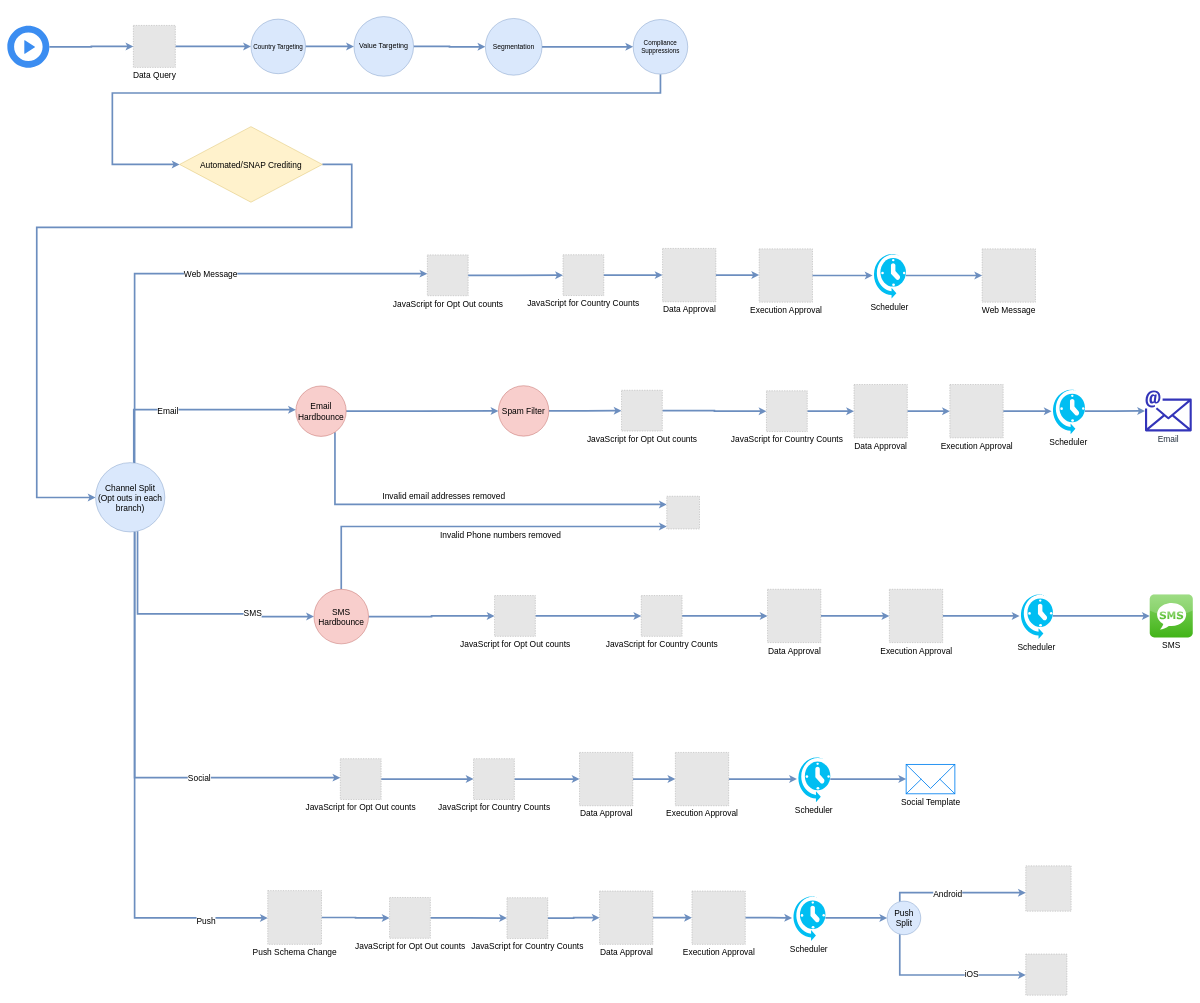
Earlier version of the draw.io diagram Multichannel Flow.drawio (kajcryp/Blog-Flowcharts). Source tidied: cells renumbered, new cells numbered last; positions are measured from the earlier drawing's top-left corner, leaving out a move shared by most shapes. Both pictures are drawn from the tidied source at 42%, with x=0, y=0 at pixel (7, 16). Pictures stored in the file or linked from it are replaced by grey dashed boxes.
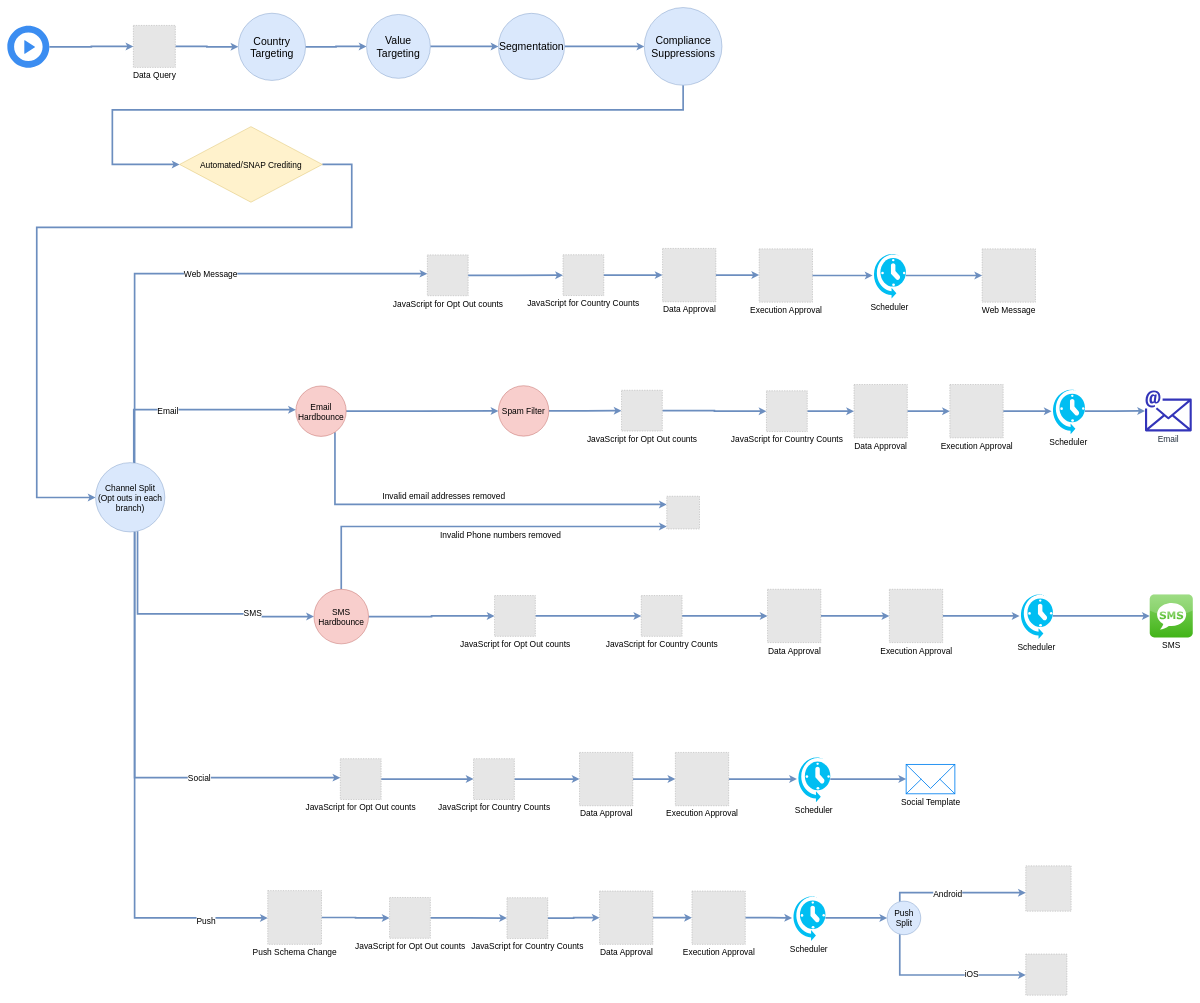
Above is the later version.

The change refers to these unchanged cells:
```xml
<mxCell id="15" value="&lt;font style=&quot;font-size: 20px&quot;&gt;Automated/SNAP Crediting&lt;/font&gt;" style="rhombus;whiteSpace=wrap;html=1;fillColor=#fff2cc;strokeColor=#d6b656;" parent="1" vertex="1">
  <mxGeometry x="410" y="262" width="340" height="180" as="geometry" />
</mxCell>
```

Diff of the diagram source:
```diff
@@
-    <mxCell id="5" value="&lt;font style=&quot;font-size: 15px&quot;&gt;Country Targeting&lt;/font&gt;" style="ellipse;whiteSpace=wrap;html=1;fillColor=#dae8fc;strokeColor=#6c8ebf;" parent="1" vertex="1">
-      <mxGeometry x="580" y="6" width="130" height="130" as="geometry" />
+    <mxCell id="5" value="&lt;font style=&quot;font-size: 25px&quot;&gt;Country Targeting&lt;/font&gt;" style="ellipse;whiteSpace=wrap;html=1;fillColor=#dae8fc;strokeColor=#6c8ebf;" parent="1" vertex="1">
+      <mxGeometry x="550" y="-8" width="160" height="160" as="geometry" />
     </mxCell>
@@
-    <mxCell id="7" value="&lt;font style=&quot;font-size: 17px&quot;&gt;Value Targeting&lt;/font&gt;" style="ellipse;whiteSpace=wrap;html=1;fillColor=#dae8fc;strokeColor=#6c8ebf;" parent="1" vertex="1">
-      <mxGeometry x="825.2" width="142" height="142" as="geometry" />
+    <mxCell id="7" value="&lt;font style=&quot;font-size: 25px&quot;&gt;Value Targeting&lt;/font&gt;" style="ellipse;whiteSpace=wrap;html=1;fillColor=#dae8fc;strokeColor=#6c8ebf;" parent="1" vertex="1">
+      <mxGeometry x="855.2" y="-5" width="152" height="152" as="geometry" />
     </mxCell>
@@
-    <mxCell id="9" value="&lt;font style=&quot;font-size: 16px&quot;&gt;Segmentation&lt;/font&gt;" style="ellipse;whiteSpace=wrap;html=1;fillColor=#dae8fc;strokeColor=#6c8ebf;" parent="1" vertex="1">
-      <mxGeometry x="1138.1" y="4.5" width="135" height="135" as="geometry" />
+    <mxCell id="9" value="&lt;font style=&quot;font-size: 25px&quot;&gt;Segmentation&lt;/font&gt;" style="ellipse;whiteSpace=wrap;html=1;fillColor=#dae8fc;strokeColor=#6c8ebf;" parent="1" vertex="1">
+      <mxGeometry x="1169.2" y="-7.8" width="157.5" height="157.5" as="geometry" />
     </mxCell>
     <mxCell id="10" style="edgeStyle=orthogonalEdgeStyle;rounded=0;jettySize=auto;html=1;fillColor=#dae8fc;strokeColor=#6c8ebf;strokeWidth=4;" parent="1" edge="1" source="11" target="15">
       <mxGeometry relative="1" as="geometry">
         <Array as="points">
-          <mxPoint x="1555" y="182" />
-          <mxPoint x="250" y="182" />
+          <mxPoint x="1609" y="222" />
+          <mxPoint x="250" y="222" />
           <mxPoint x="250" y="352" />
         </Array>
       </mxGeometry>
     </mxCell>
-    <mxCell id="11" value="&lt;font style=&quot;font-size: 15px&quot;&gt;Compliance Suppressions&lt;/font&gt;" style="ellipse;whiteSpace=wrap;html=1;fillColor=#dae8fc;strokeColor=#6c8ebf;" parent="1" vertex="1">
-      <mxGeometry x="1490" y="7" width="130" height="130" as="geometry" />
+    <mxCell id="11" value="&lt;font style=&quot;font-size: 25px&quot;&gt;Compliance Suppressions&lt;/font&gt;" style="ellipse;whiteSpace=wrap;html=1;fillColor=#dae8fc;strokeColor=#6c8ebf;" parent="1" vertex="1">
+      <mxGeometry x="1516.5" y="-21.5" width="185" height="185" as="geometry" />
     </mxCell>
```
